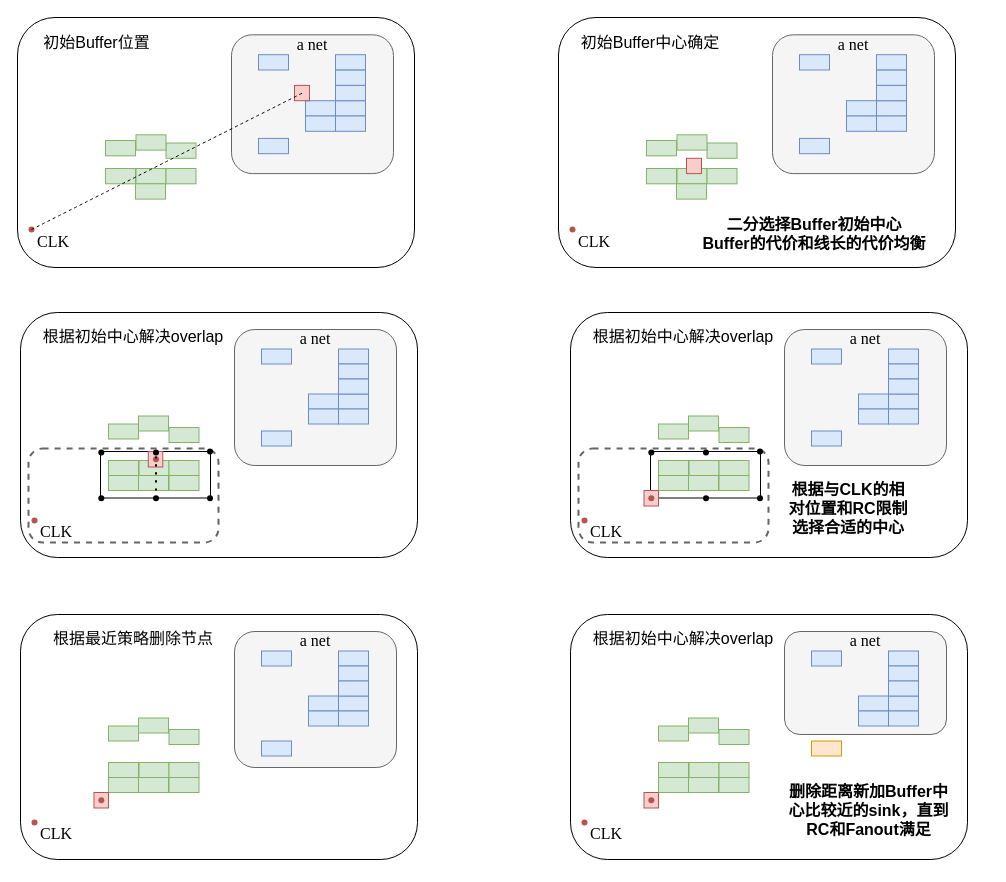
The draw.io diagram lantency.drawio in hyw-num/alg, before the edit. Source tidied: cells renumbered, new cells numbered last; positions are measured from the earlier drawing's top-left corner, leaving out a move shared by most shapes. Both pictures are drawn from the tidied source at 100%, with x=0, y=0 at pixel (17, 17).
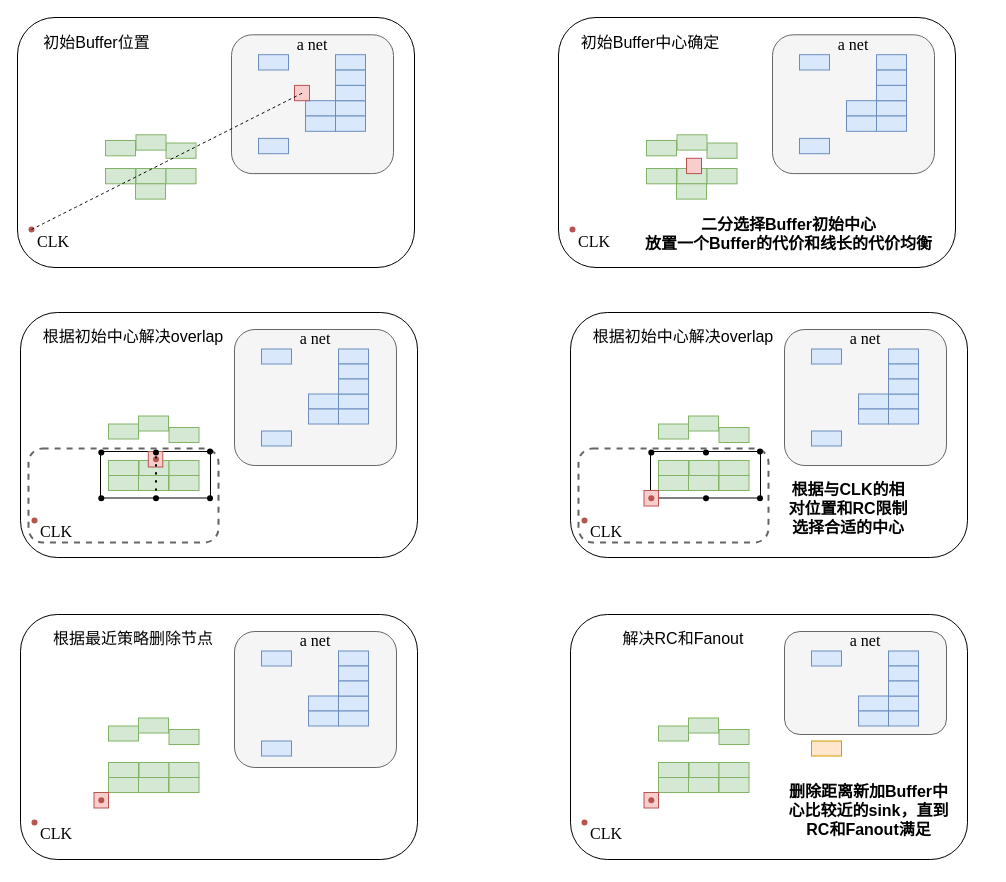
Above is the later version.

The change refers to these unchanged cells:
```xml
<mxCell id="27" style="group;" parent="1" vertex="1">
  <mxGeometry x="541" width="430" height="250" as="geometry" />
</mxCell>
<mxCell id="150" style="group;" parent="1" vertex="1">
  <mxGeometry x="553" y="597" width="397" height="250" as="geometry" />
</mxCell>
```

Change to the diagram source:
```diff
@@
-    <mxCell id="51" value="&lt;div&gt;&lt;font face=&quot;宋体&quot;&gt;&lt;br&gt;&lt;/font&gt;&lt;/div&gt;&lt;font face=&quot;宋体&quot;&gt;二分选择Buffer初始中心&lt;/font&gt;&lt;div&gt;&lt;font face=&quot;宋体&quot;&gt;Buffer的代价和线长的代价均衡&lt;/font&gt;&lt;/div&gt;" style="text;html=1;align=center;verticalAlign=middle;whiteSpace=wrap;rounded=0;fontSize=16;fontFamily=宋体;fontStyle=1;" parent="27" vertex="1">
-      <mxGeometry x="131" y="191.8" width="250" height="30.6" as="geometry" />
+    <mxCell id="51" value="&lt;div&gt;&lt;font face=&quot;宋体&quot;&gt;&lt;br&gt;&lt;/font&gt;&lt;/div&gt;&lt;font face=&quot;宋体&quot;&gt;二分选择Buffer初始中心&lt;/font&gt;&lt;div&gt;&lt;font face=&quot;宋体&quot;&gt;放置一个Buffer的代价和线长的代价均衡&lt;/font&gt;&lt;/div&gt;" style="text;html=1;align=center;verticalAlign=middle;whiteSpace=wrap;rounded=0;fontSize=16;fontFamily=宋体;fontStyle=1;" parent="27" vertex="1">
+      <mxGeometry x="80" y="191.8" width="301" height="30.6" as="geometry" />
     </mxCell>
@@
-    <mxCell id="172" value="&lt;font face=&quot;宋体&quot;&gt;根据初始中心解决overlap&lt;/font&gt;" style="text;html=1;align=center;verticalAlign=middle;whiteSpace=wrap;rounded=0;fontSize=16;" parent="150" vertex="1">
+    <mxCell id="172" value="&lt;font face=&quot;宋体&quot;&gt;解决RC和Fanout&lt;/font&gt;" style="text;html=1;align=center;verticalAlign=middle;whiteSpace=wrap;rounded=0;fontSize=16;" parent="150" vertex="1">
       <mxGeometry x="16" y="9" width="194" height="30" as="geometry" />
     </mxCell>
```
